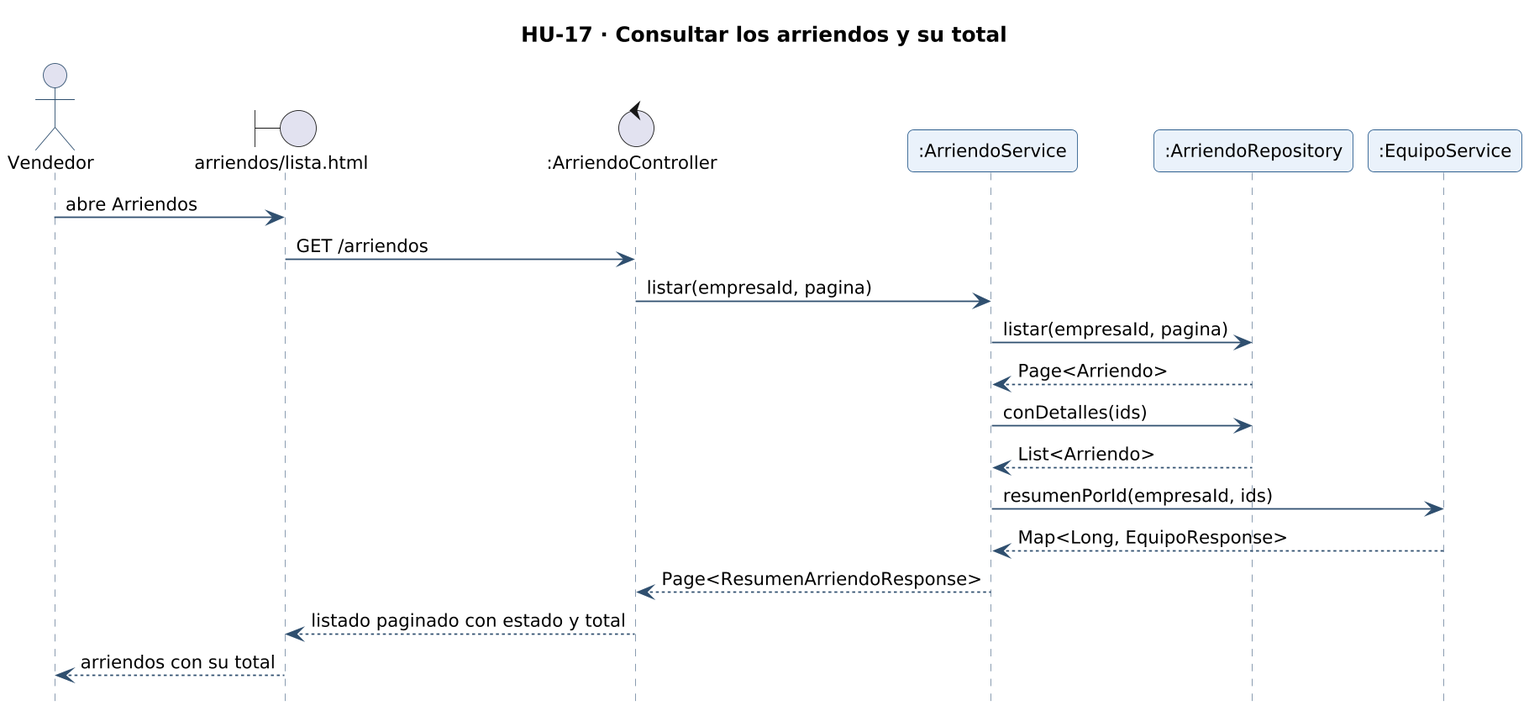
The PlantUML diagram docs/diagramas/secuencia-hu-17.png in gonzaloarenasduoc/Mira, before a commit.
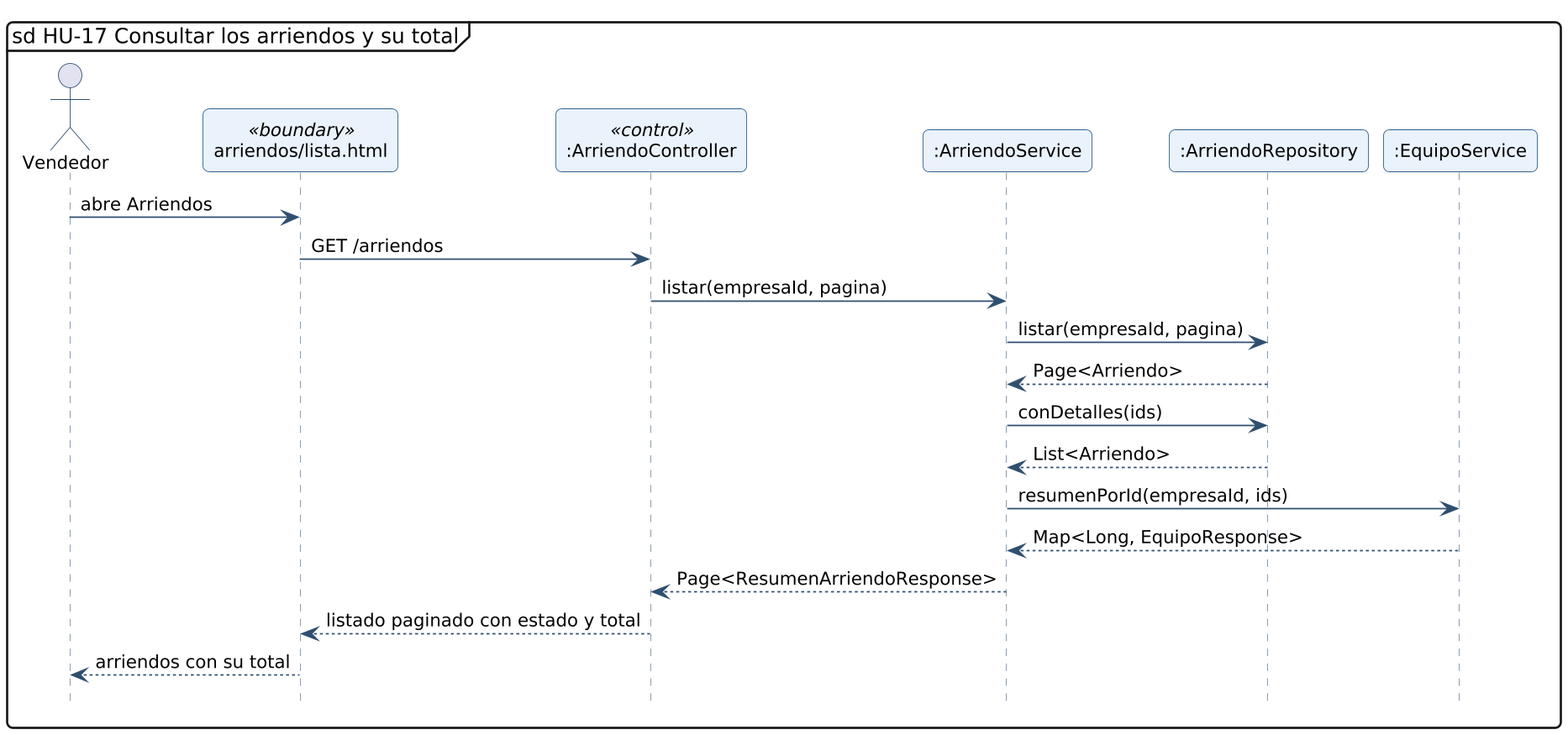
After the commit.

Change to the diagram source:
```diff
@@ -3,10 +3,10 @@
 hide footbox
 skinparam maxMessageSize 260
 skinparam sequenceMessageAlign left
-title HU-17 · Consultar los arriendos y su total
+mainframe sd HU-17 Consultar los arriendos y su total
 actor "Vendedor" as A
-boundary "arriendos/lista.html" as L_VISTA_arriendos_lista
-control ":ArriendoController" as L_ArriendoController
+participant "arriendos/lista.html" as L_VISTA_arriendos_lista <<boundary>>
+participant ":ArriendoController" as L_ArriendoController <<control>>
 participant ":ArriendoService" as L_ArriendoService
 participant ":ArriendoRepository" as L_ArriendoRepository
 participant ":EquipoService" as L_EquipoService
```
